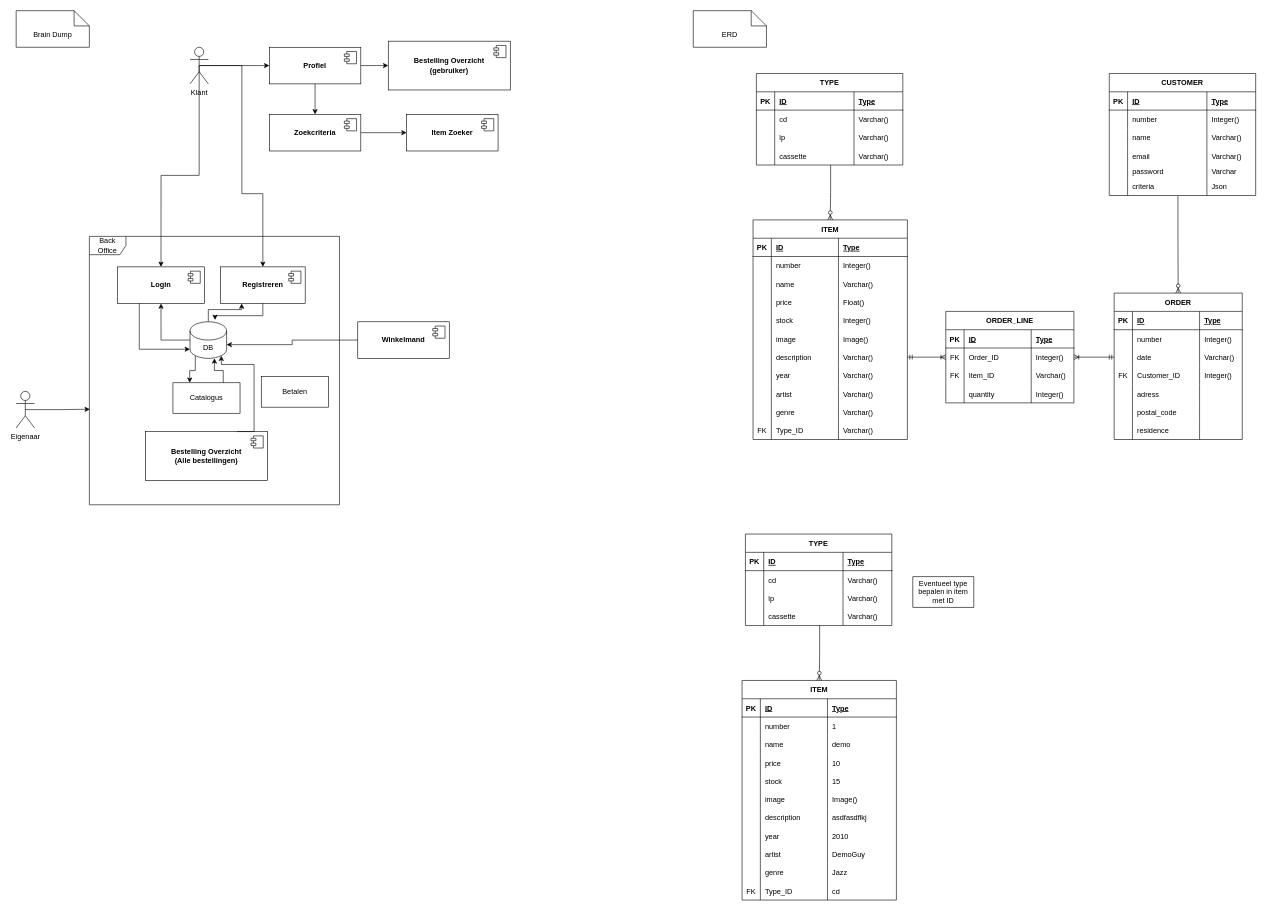
Above: documents/RTR-ERD-Entity_Relationship-JD-V1.4.drawio in Reillum/educom-webshop-runtime-records-1739178221 (draw.io), before the change. Source tidied: cells renumbered, new cells numbered last; positions are measured from the earlier drawing's top-left corner, leaving out a move shared by most shapes. Both pictures are drawn from the tidied source at 61%, with x=0, y=0 at pixel (16, 10).
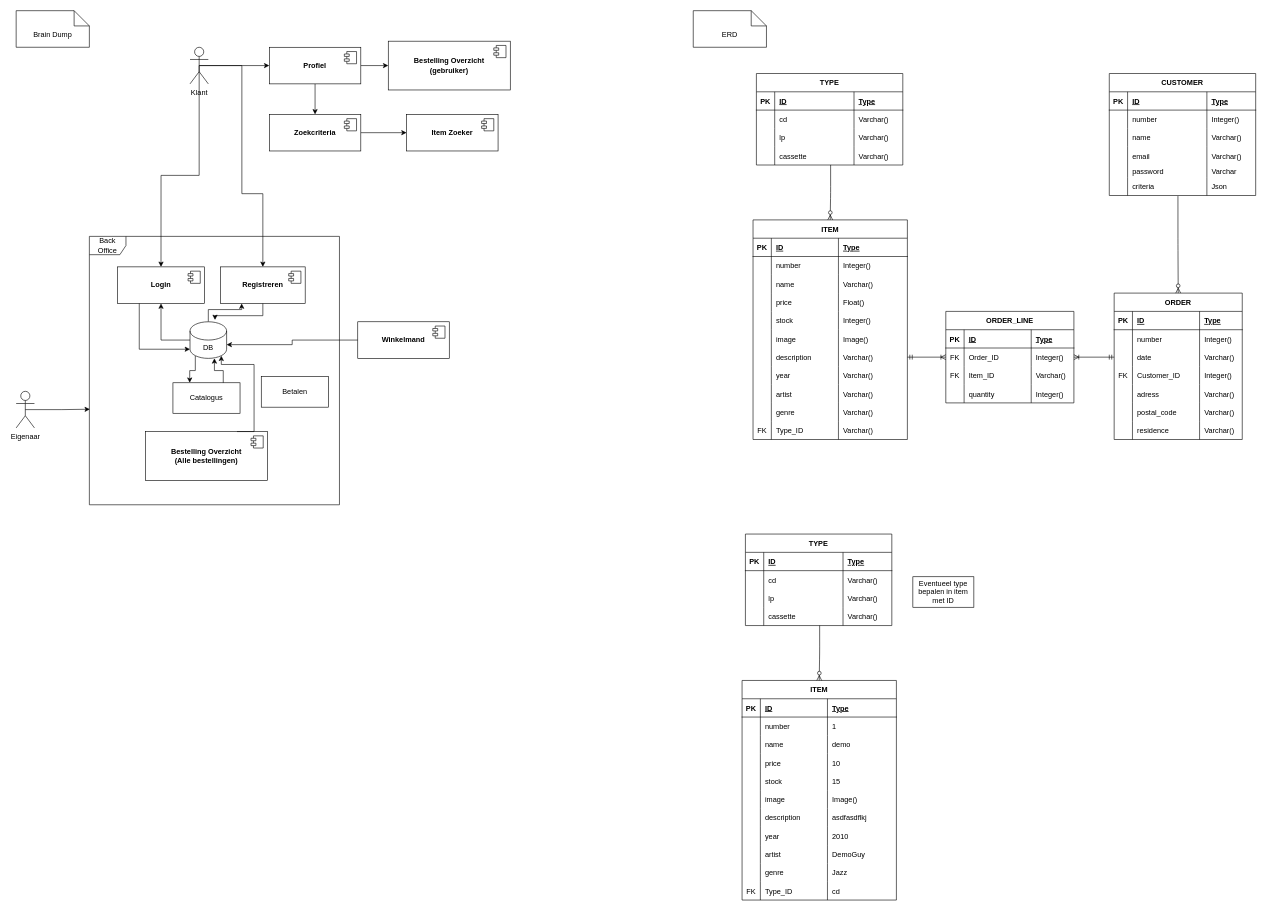
The same page after the edit.

The change refers to these unchanged cells:
```xml
<mxCell id="118" style="shape=tableRow;horizontal=0;startSize=0;swimlaneHead=0;swimlaneBody=0;fillColor=none;top=0;left=0;right=0;bottom=0;" parent="101" vertex="1">
  <mxGeometry y="150" width="210" height="30" as="geometry" />
</mxCell>
<mxCell id="122" style="shape=tableRow;horizontal=0;startSize=0;swimlaneHead=0;swimlaneBody=0;fillColor=none;top=0;left=0;right=0;bottom=0;" parent="101" vertex="1">
  <mxGeometry y="180" width="210" height="30" as="geometry" />
</mxCell>
<mxCell id="126" style="shape=tableRow;horizontal=0;startSize=0;swimlaneHead=0;swimlaneBody=0;fillColor=none;top=0;left=0;right=0;bottom=0;" parent="101" vertex="1">
  <mxGeometry y="210" width="210" height="30" as="geometry" />
</mxCell>
```

What changed in the source:
```diff
@@
-    <mxCell id="121" style="shape=partialRectangle;fillColor=none;top=0;left=0;bottom=0;right=0;align=left;spacingLeft=6;overflow=hidden;" parent="118" vertex="1">
+    <mxCell id="121" value="Varchar()" style="shape=partialRectangle;fillColor=none;top=0;left=0;bottom=0;right=0;align=left;spacingLeft=6;overflow=hidden;" parent="118" vertex="1">
       <mxGeometry x="140" width="70" height="30" as="geometry" />
     </mxCell>
@@
-    <mxCell id="125" style="shape=partialRectangle;fillColor=none;top=0;left=0;bottom=0;right=0;align=left;spacingLeft=6;overflow=hidden;" parent="122" vertex="1">
+    <mxCell id="125" value="Varchar()" style="shape=partialRectangle;fillColor=none;top=0;left=0;bottom=0;right=0;align=left;spacingLeft=6;overflow=hidden;" parent="122" vertex="1">
       <mxGeometry x="140" width="70" height="30" as="geometry" />
     </mxCell>
@@
-    <mxCell id="129" style="shape=partialRectangle;fillColor=none;top=0;left=0;bottom=0;right=0;align=left;spacingLeft=6;overflow=hidden;" parent="126" vertex="1">
+    <mxCell id="129" value="Varchar()" style="shape=partialRectangle;fillColor=none;top=0;left=0;bottom=0;right=0;align=left;spacingLeft=6;overflow=hidden;" parent="126" vertex="1">
       <mxGeometry x="140" width="70" height="30" as="geometry" />
     </mxCell>
```
